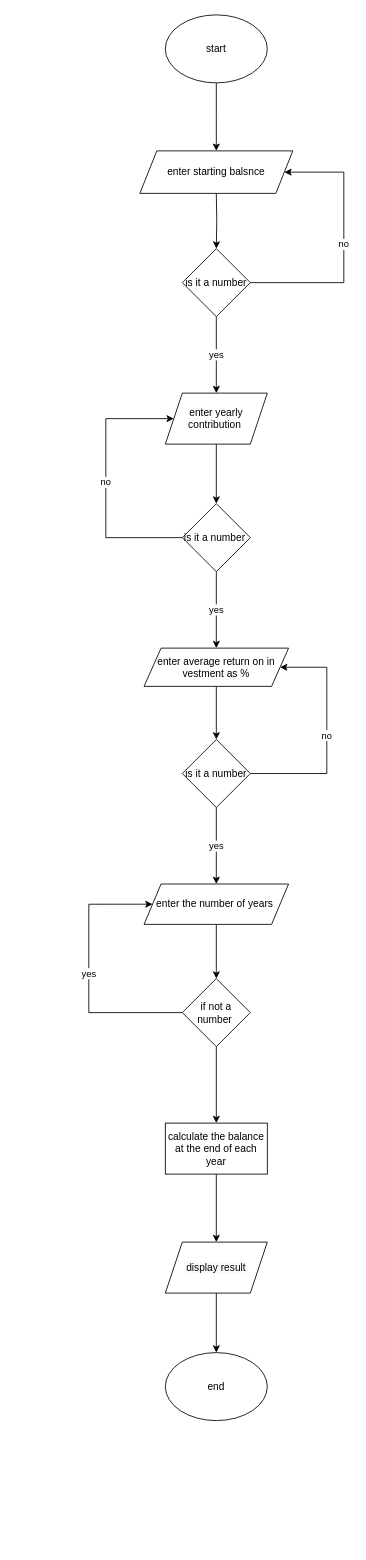
This is Untitled Diagram.drawio from WilsonTalentCenter/advpseudoflow-Rinor-Pira, a draw.io file, before an edit. Source tidied: cells renumbered, new cells numbered last; positions are measured from the earlier drawing's top-left corner, leaving out a move shared by most shapes. Both pictures are drawn from the tidied source at 85%, with x=0, y=0 at pixel (88, 14).
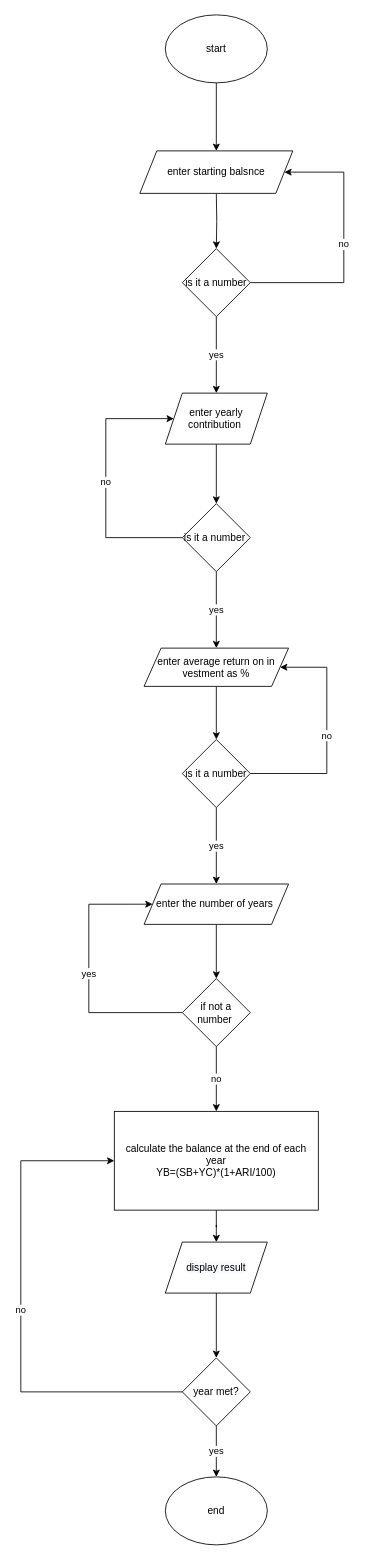
Above is the later version.

The change refers to these unchanged cells:
```xml
<mxCell id="23" value="if not a number&amp;nbsp;" style="rhombus;whiteSpace=wrap;html=1;" parent="1" vertex="1">
  <mxGeometry x="110" y="1133.8" width="80" height="80" as="geometry" />
</mxCell>
<mxCell id="27" value="&#10;&#10;&lt;span style=&quot;color: rgb(0, 0, 0); font-family: helvetica; font-size: 12px; font-style: normal; font-weight: 400; letter-spacing: normal; text-align: center; text-indent: 0px; text-transform: none; word-spacing: 0px; background-color: rgb(248, 249, 250); display: inline; float: none;&quot;&gt;display result&lt;/span&gt;&#10;&#10;" style="shape=parallelogram;perimeter=parallelogramPerimeter;whiteSpace=wrap;html=1;fixedSize=1;" parent="1" vertex="1">
  <mxGeometry x="90" y="1443.8" width="120" height="60" as="geometry" />
</mxCell>
```

The edit, as a diff of the source:
```diff
@@
-    <mxCell id="22" style="edgeStyle=orthogonalEdgeStyle;rounded=0;jettySize=auto;html=1;" parent="1" edge="1" source="23" target="25">
+    <mxCell id="22" value="no" style="edgeStyle=orthogonalEdgeStyle;rounded=0;jettySize=auto;html=1;" parent="1" edge="1" source="23" target="25">
       <mxGeometry relative="1" as="geometry" />
     </mxCell>
@@
-    <mxCell id="25" value="calculate the balance at the end of each year" style="whiteSpace=wrap;html=1;" parent="1" vertex="1">
-      <mxGeometry x="90" y="1303.8" width="120" height="60" as="geometry" />
+    <mxCell id="25" value="calculate the balance at the end of each year&lt;br&gt;YB=(SB+YC)*(1+ARI/100)" style="whiteSpace=wrap;html=1;" parent="1" vertex="1">
+      <mxGeometry x="30" y="1290" width="240" height="116.2" as="geometry" />
     </mxCell>
-    <mxCell id="26" style="edgeStyle=orthogonalEdgeStyle;rounded=0;jettySize=auto;html=1;" parent="1" edge="1" source="27" target="28">
-      <mxGeometry relative="1" as="geometry" />
-    </mxCell>
+    <mxCell id="29" style="edgeStyle=orthogonalEdgeStyle;rounded=0;jettySize=auto;html=1;entryX=0.5;entryY=0;entryDx=0;entryDy=0;" parent="1" edge="1" source="27" target="32">
+      <mxGeometry relative="1" as="geometry" />
+    </mxCell>
@@
     <mxCell id="28" value="end" style="ellipse;whiteSpace=wrap;html=1;" parent="1" vertex="1">
-      <mxGeometry x="90" y="1573.8" width="120" height="80" as="geometry" />
+      <mxGeometry x="90" y="1720" width="120" height="80" as="geometry" />
     </mxCell>
+    <mxCell id="30" value="yes" style="edgeStyle=orthogonalEdgeStyle;rounded=0;jettySize=auto;html=1;" parent="1" edge="1" source="32" target="28">
+      <mxGeometry relative="1" as="geometry" />
+    </mxCell>
+    <mxCell id="31" value="no" style="edgeStyle=orthogonalEdgeStyle;rounded=0;jettySize=auto;html=1;entryX=0;entryY=0.5;entryDx=0;entryDy=0;" parent="1" edge="1" source="32" target="25">
+      <mxGeometry relative="1" as="geometry">
+        <Array as="points">
+          <mxPoint x="-80" y="1620" />
+          <mxPoint x="-80" y="1348" />
+        </Array>
+      </mxGeometry>
+    </mxCell>
+    <mxCell id="32" value="year met?" style="rhombus;whiteSpace=wrap;html=1;" parent="1" vertex="1">
+      <mxGeometry x="110" y="1580" width="80" height="80" as="geometry" />
+    </mxCell>
```
